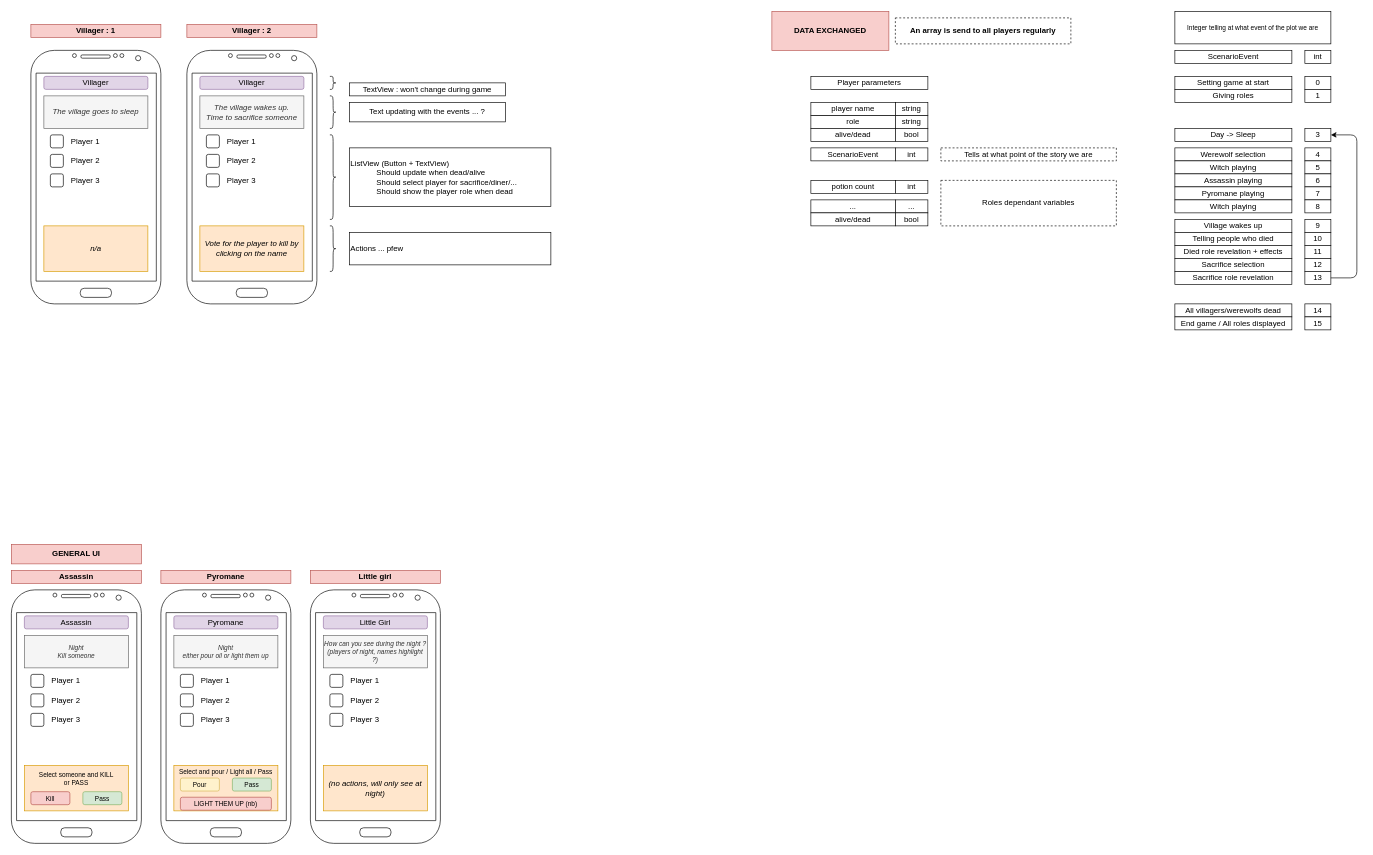
Above: UserInterface_Dev_NAGI.drawio in SucreSalaire/T-MobOp_werewolf (draw.io), before the change. Source tidied: cells renumbered, new cells numbered last; positions are measured from the earlier drawing's top-left corner, leaving out a move shared by most shapes. Both pictures are drawn from the tidied source at 65%, with x=0, y=0 at pixel (11, 11).
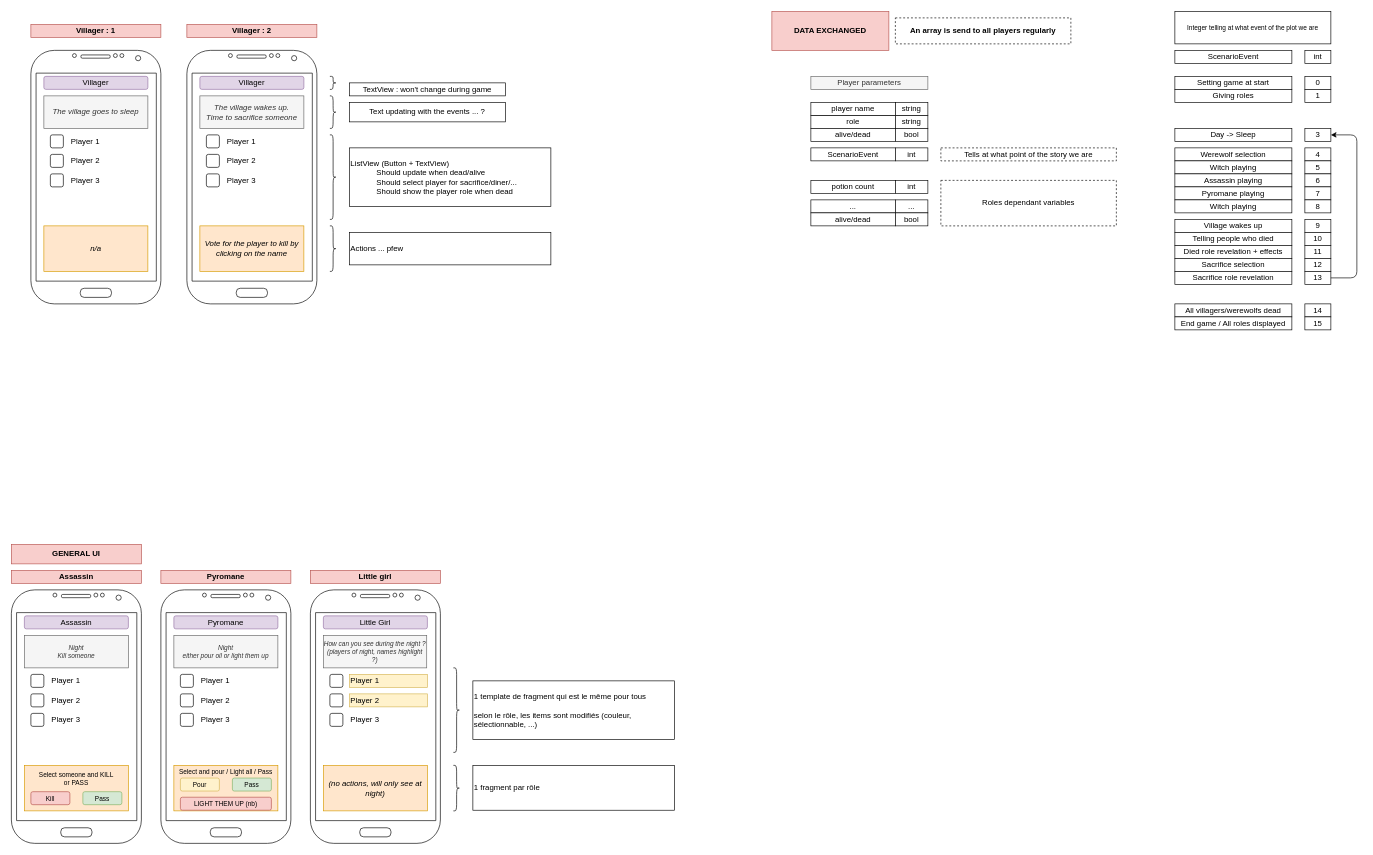
After the change.

Diff of the diagram source:
```diff
@@
-    <mxCell id="24" value="Player parameters" style="rounded=0;whiteSpace=wrap;html=1;" parent="1" vertex="1">
+    <mxCell id="24" value="Player parameters" style="rounded=0;whiteSpace=wrap;html=1;fillColor=#f5f5f5;strokeColor=#666666;fontColor=#333333;" parent="1" vertex="1">
       <mxGeometry x="1230" y="100" width="180" height="20" as="geometry" />
     </mxCell>
@@
     <mxCell id="76" value="How can you see during the night ?&lt;br style=&quot;font-size: 10px;&quot;&gt;(players of night, names highlight ?)" style="rounded=0;whiteSpace=wrap;html=1;strokeColor=#666666;fontStyle=2;fillColor=#f5f5f5;fontColor=#333333;fontSize=10;" parent="1" vertex="1">
-      <mxGeometry x="480" y="960" width="160" height="50" as="geometry" />
+      <mxGeometry x="480" y="960" width="159" height="50" as="geometry" />
     </mxCell>
@@
-    <mxCell id="79" value="Player 1" style="text;html=1;strokeColor=none;fillColor=none;align=left;verticalAlign=middle;whiteSpace=wrap;rounded=0;" parent="1" vertex="1">
+    <mxCell id="79" value="Player 1" style="text;html=1;strokeColor=#d6b656;fillColor=#fff2cc;align=left;verticalAlign=middle;whiteSpace=wrap;rounded=0;" parent="1" vertex="1">
       <mxGeometry x="520" y="1020" width="120" height="20" as="geometry" />
     </mxCell>
@@
-    <mxCell id="81" value="Player 2" style="text;html=1;strokeColor=none;fillColor=none;align=left;verticalAlign=middle;whiteSpace=wrap;rounded=0;" parent="1" vertex="1">
+    <mxCell id="81" value="Player 2" style="text;html=1;strokeColor=#d6b656;fillColor=#fff2cc;align=left;verticalAlign=middle;whiteSpace=wrap;rounded=0;" parent="1" vertex="1">
       <mxGeometry x="520" y="1050" width="120" height="20" as="geometry" />
     </mxCell>
@@
+    <mxCell id="126" value="1 template de fragment qui est le même pour tous&lt;br&gt;&lt;br&gt;selon le rôle, les items sont modifiés (couleur, sélectionnable, ...)" style="rounded=0;whiteSpace=wrap;html=1;strokeColor=#000000;align=left;" parent="1" vertex="1">
+      <mxGeometry x="710" y="1030" width="310" height="90" as="geometry" />
+    </mxCell>
+    <mxCell id="127" style="shape=curlyBracket;whiteSpace=wrap;html=1;rounded=1;strokeColor=#000000;direction=west;" parent="1" vertex="1">
+      <mxGeometry x="680" y="1010" width="10" height="130" as="geometry" />
+    </mxCell>
+    <mxCell id="128" style="shape=curlyBracket;whiteSpace=wrap;html=1;rounded=1;strokeColor=#000000;direction=west;" parent="1" vertex="1">
+      <mxGeometry x="680" y="1160" width="10" height="70" as="geometry" />
+    </mxCell>
+    <mxCell id="129" value="1 fragment par rôle" style="rounded=0;whiteSpace=wrap;html=1;strokeColor=#000000;align=left;" parent="1" vertex="1">
+      <mxGeometry x="710" y="1160" width="310" height="69" as="geometry" />
+    </mxCell>
```
